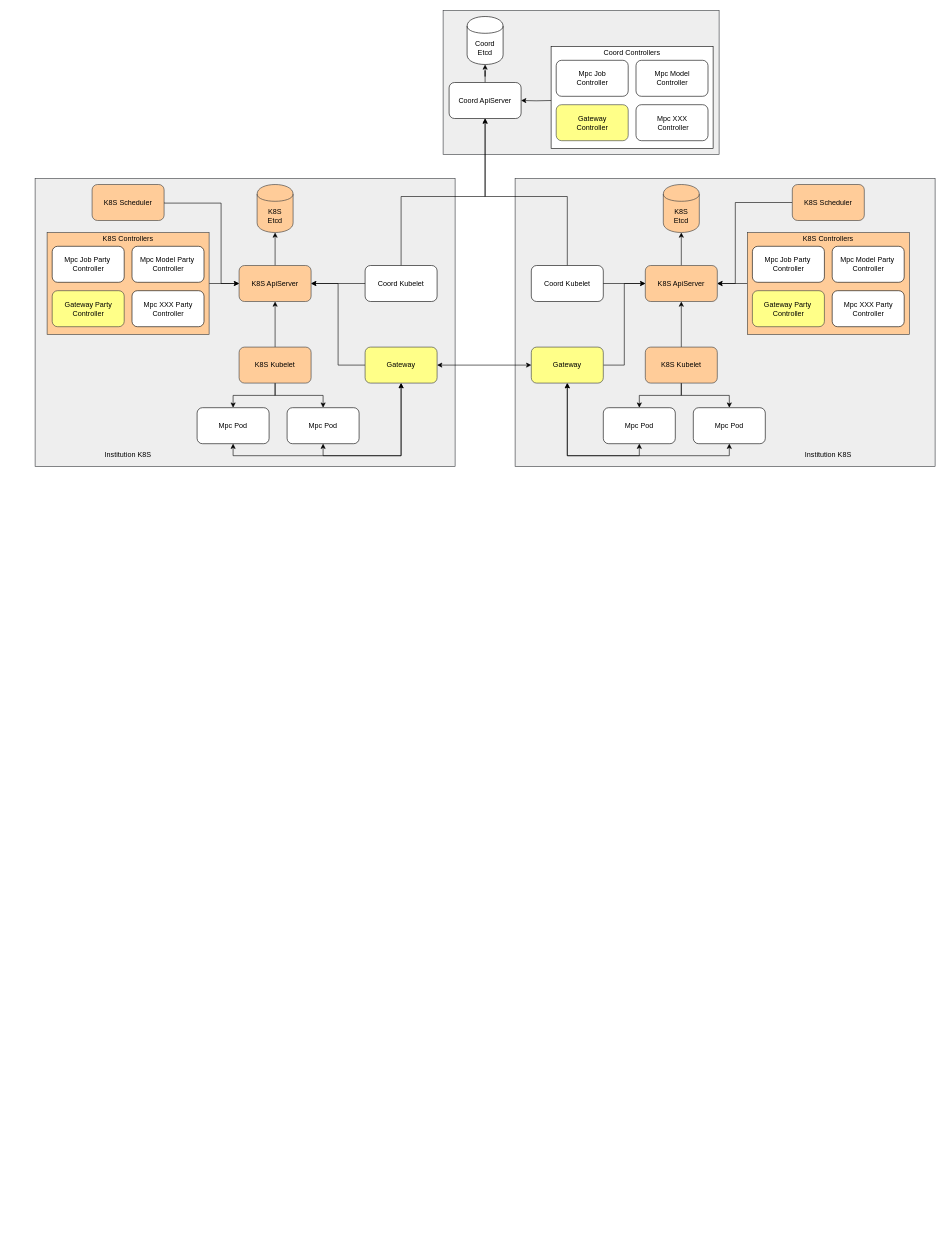
The draw.io diagram page "第 4 页" (5 of 6) of 未命名绘图.drawio in chlq1128/Mycode, before the edit. Source tidied: cells renumbered, new cells numbered last; positions are measured from the earlier drawing's top-left corner, leaving out a move shared by most shapes. Both pictures are drawn from the tidied source at 60%, with x=0, y=0 at pixel (35, 10).
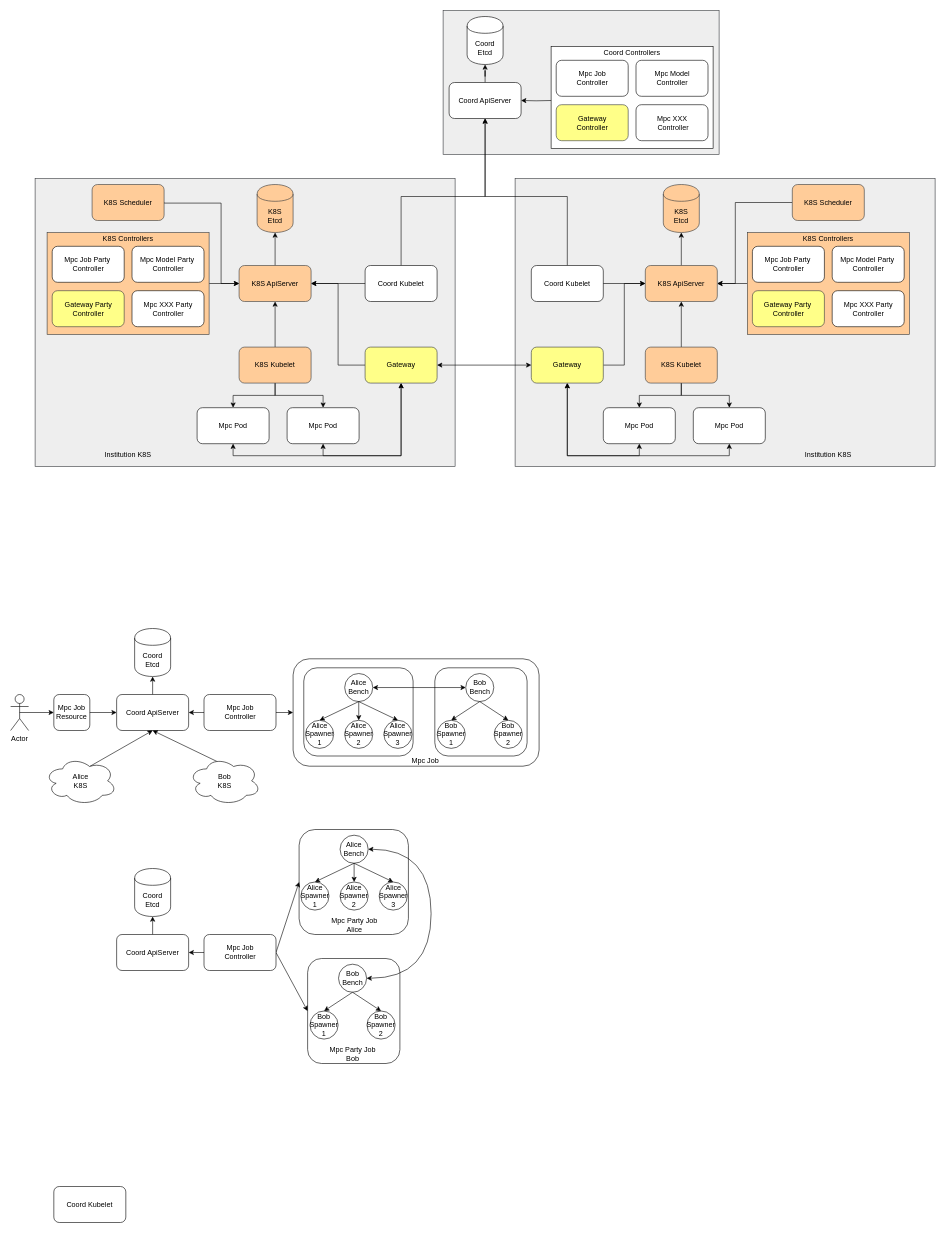
Above is the later version.

The edit, as a diff of the source:
```diff
@@
+    <mxCell id="68" style="rounded=1;whiteSpace=wrap;html=1;fillColor=none;" parent="1" vertex="1">
+      <mxGeometry x="454.2" y="1580" width="153.8" height="175" as="geometry" />
+    </mxCell>
+    <mxCell id="69" style="rounded=1;whiteSpace=wrap;html=1;fillColor=none;" parent="1" vertex="1">
+      <mxGeometry x="440" y="1365" width="182.2" height="175" as="geometry" />
+    </mxCell>
@@
+    <mxCell id="70" style="edgeStyle=none;rounded=0;jettySize=auto;html=1;exitX=0.5;exitY=0.5;exitDx=0;exitDy=0;exitPerimeter=0;entryX=0;entryY=0.5;entryDx=0;entryDy=0;startArrow=none;startFill=0;strokeColor=#000000;" parent="1" edge="1" source="71" target="76">
+      <mxGeometry relative="1" as="geometry" />
+    </mxCell>
+    <mxCell id="71" value="Actor" style="shape=umlActor;verticalLabelPosition=bottom;labelBackgroundColor=#ffffff;verticalAlign=top;html=1;outlineConnect=0;fillColor=none;" parent="1" vertex="1">
+      <mxGeometry x="-40.8" y="1140" width="30" height="60" as="geometry" />
+    </mxCell>
+    <mxCell id="72" style="edgeStyle=none;rounded=0;jettySize=auto;html=1;exitX=0.5;exitY=0;exitDx=0;exitDy=0;entryX=0.5;entryY=1;entryDx=0;entryDy=0;startArrow=none;startFill=0;strokeColor=#000000;" parent="1" edge="1" source="73" target="74">
+      <mxGeometry relative="1" as="geometry" />
+    </mxCell>
+    <mxCell id="73" value="Coord ApiServer" style="rounded=1;whiteSpace=wrap;html=1;" parent="1" vertex="1">
+      <mxGeometry x="135.9" y="1140" width="120" height="60" as="geometry" />
+    </mxCell>
+    <mxCell id="74" value="Coord&lt;br&gt;Etcd" style="shape=cylinder;whiteSpace=wrap;html=1;boundedLbl=1;backgroundOutline=1;" parent="1" vertex="1">
+      <mxGeometry x="165.9" y="1030" width="60" height="80" as="geometry" />
+    </mxCell>
+    <mxCell id="75" style="edgeStyle=none;rounded=0;jettySize=auto;html=1;exitX=1;exitY=0.5;exitDx=0;exitDy=0;startArrow=none;startFill=0;strokeColor=#000000;" parent="1" edge="1" source="76" target="73">
+      <mxGeometry relative="1" as="geometry" />
+    </mxCell>
+    <mxCell id="76" value="Mpc Job&lt;br&gt;Resource" style="rounded=1;whiteSpace=wrap;html=1;fillColor=none;" parent="1" vertex="1">
+      <mxGeometry x="31.2" y="1140" width="60" height="60" as="geometry" />
+    </mxCell>
+    <mxCell id="77" style="edgeStyle=none;rounded=0;jettySize=auto;html=1;startArrow=none;startFill=0;" parent="1" edge="1" source="79" target="73">
+      <mxGeometry relative="1" as="geometry" />
+    </mxCell>
+    <mxCell id="78" style="edgeStyle=none;rounded=0;jettySize=auto;html=1;exitX=1;exitY=0.5;exitDx=0;exitDy=0;entryX=0;entryY=0.5;entryDx=0;entryDy=0;startArrow=none;startFill=0;" parent="1" edge="1" source="79" target="100">
+      <mxGeometry relative="1" as="geometry" />
+    </mxCell>
+    <mxCell id="79" value="Mpc Job &lt;br&gt;Controller" style="rounded=1;whiteSpace=wrap;html=1;" parent="1" vertex="1">
+      <mxGeometry x="281.5" y="1140" width="120" height="60" as="geometry" />
+    </mxCell>
+    <mxCell id="80" style="edgeStyle=none;rounded=0;jettySize=auto;html=1;exitX=0.625;exitY=0.2;exitDx=0;exitDy=0;exitPerimeter=0;entryX=0.5;entryY=1;entryDx=0;entryDy=0;startArrow=none;startFill=0;" parent="1" edge="1" source="81" target="73">
+      <mxGeometry relative="1" as="geometry" />
+    </mxCell>
+    <mxCell id="81" value="Alice&lt;br&gt;K8S" style="ellipse;shape=cloud;whiteSpace=wrap;html=1;" parent="1" vertex="1">
+      <mxGeometry x="15.9" y="1244" width="120" height="80" as="geometry" />
+    </mxCell>
+    <mxCell id="82" style="edgeStyle=none;rounded=0;jettySize=auto;html=1;exitX=0.4;exitY=0.1;exitDx=0;exitDy=0;exitPerimeter=0;entryX=0.5;entryY=1;entryDx=0;entryDy=0;startArrow=none;startFill=0;" parent="1" edge="1" source="83" target="73">
+      <mxGeometry relative="1" as="geometry" />
+    </mxCell>
+    <mxCell id="83" value="Bob&lt;br&gt;K8S" style="ellipse;shape=cloud;whiteSpace=wrap;html=1;" parent="1" vertex="1">
+      <mxGeometry x="255.9" y="1244" width="120" height="80" as="geometry" />
+    </mxCell>
+    <mxCell id="84" style="group;" parent="1" vertex="1">
+      <mxGeometry x="430" y="1080.5" width="410" height="179" as="geometry" />
+    </mxCell>
+    <mxCell id="85" value="Alice&lt;br&gt;Bench" style="ellipse;whiteSpace=wrap;html=1;fillColor=none;" parent="84" vertex="1">
+      <mxGeometry x="86" y="24.5" width="46.8" height="46.8" as="geometry" />
+    </mxCell>
+    <mxCell id="86" value="Alice&lt;br&gt;Spawner 1" style="ellipse;whiteSpace=wrap;html=1;fillColor=none;" parent="84" vertex="1">
+      <mxGeometry x="20.8" y="102.5" width="46.8" height="46.8" as="geometry" />
+    </mxCell>
+    <mxCell id="87" style="edgeStyle=none;rounded=0;jettySize=auto;html=1;exitX=0.5;exitY=1;exitDx=0;exitDy=0;entryX=0.5;entryY=0;entryDx=0;entryDy=0;startArrow=none;startFill=0;" parent="84" edge="1" source="85" target="86">
+      <mxGeometry relative="1" as="geometry" />
+    </mxCell>
+    <mxCell id="88" value="&lt;span style=&quot;white-space: normal&quot;&gt;Alice&lt;/span&gt;&lt;br style=&quot;white-space: normal&quot;&gt;&lt;span style=&quot;white-space: normal&quot;&gt;Spawner 2&lt;/span&gt;" style="ellipse;whiteSpace=wrap;html=1;fillColor=none;" parent="84" vertex="1">
+      <mxGeometry x="86" y="102.5" width="46.8" height="46.8" as="geometry" />
+    </mxCell>
+    <mxCell id="89" style="edgeStyle=none;rounded=0;jettySize=auto;html=1;exitX=0.5;exitY=1;exitDx=0;exitDy=0;startArrow=none;startFill=0;" parent="84" edge="1" source="85" target="88">
+      <mxGeometry relative="1" as="geometry" />
+    </mxCell>
+    <mxCell id="90" value="&lt;span style=&quot;white-space: normal&quot;&gt;Bob&lt;br&gt;Bench&lt;/span&gt;" style="ellipse;whiteSpace=wrap;html=1;fillColor=none;" parent="84" vertex="1">
+      <mxGeometry x="287.7" y="24.5" width="46.8" height="46.8" as="geometry" />
+    </mxCell>
+    <mxCell id="91" style="edgeStyle=none;rounded=0;jettySize=auto;html=1;exitX=1;exitY=0.5;exitDx=0;exitDy=0;entryX=0;entryY=0.5;entryDx=0;entryDy=0;startArrow=classic;startFill=1;" parent="84" edge="1" source="85" target="90">
+      <mxGeometry relative="1" as="geometry" />
+    </mxCell>
+    <mxCell id="92" value="&lt;span style=&quot;white-space: normal&quot;&gt;Bob&lt;/span&gt;&lt;br style=&quot;white-space: normal&quot;&gt;&lt;span style=&quot;white-space: normal&quot;&gt;Spawner 1&lt;/span&gt;" style="ellipse;whiteSpace=wrap;html=1;fillColor=none;" parent="84" vertex="1">
+      <mxGeometry x="240.2" y="102.5" width="46.8" height="46.8" as="geometry" />
+    </mxCell>
+    <mxCell id="93" style="edgeStyle=none;rounded=0;jettySize=auto;html=1;exitX=0.5;exitY=1;exitDx=0;exitDy=0;entryX=0.5;entryY=0;entryDx=0;entryDy=0;startArrow=none;startFill=0;" parent="84" edge="1" source="90" target="92">
+      <mxGeometry relative="1" as="geometry" />
+    </mxCell>
+    <mxCell id="94" value="&lt;span style=&quot;white-space: normal&quot;&gt;Bob&lt;/span&gt;&lt;br style=&quot;white-space: normal&quot;&gt;&lt;span style=&quot;white-space: normal&quot;&gt;Spawner 2&lt;/span&gt;" style="ellipse;whiteSpace=wrap;html=1;fillColor=none;" parent="84" vertex="1">
+      <mxGeometry x="335.2" y="102.5" width="46.8" height="46.8" as="geometry" />
+    </mxCell>
+    <mxCell id="95" style="edgeStyle=none;rounded=0;jettySize=auto;html=1;exitX=0.5;exitY=1;exitDx=0;exitDy=0;entryX=0.5;entryY=0;entryDx=0;entryDy=0;startArrow=none;startFill=0;" parent="84" edge="1" source="90" target="94">
+      <mxGeometry relative="1" as="geometry" />
+    </mxCell>
+    <mxCell id="96" value="&lt;span style=&quot;white-space: normal&quot;&gt;Alice&lt;/span&gt;&lt;br style=&quot;white-space: normal&quot;&gt;&lt;span style=&quot;white-space: normal&quot;&gt;Spawner 3&lt;/span&gt;" style="ellipse;whiteSpace=wrap;html=1;fillColor=none;" parent="84" vertex="1">
+      <mxGeometry x="151.3" y="102.5" width="46.8" height="46.8" as="geometry" />
+    </mxCell>
+    <mxCell id="97" style="edgeStyle=none;rounded=0;jettySize=auto;html=1;exitX=0.5;exitY=1;exitDx=0;exitDy=0;entryX=0.5;entryY=0;entryDx=0;entryDy=0;startArrow=none;startFill=0;" parent="84" edge="1" source="85" target="96">
+      <mxGeometry relative="1" as="geometry" />
+    </mxCell>
+    <mxCell id="98" style="rounded=1;whiteSpace=wrap;html=1;fillColor=none;" parent="84" vertex="1">
+      <mxGeometry x="17.8" y="15" width="182.2" height="147" as="geometry" />
+    </mxCell>
+    <mxCell id="99" style="rounded=1;whiteSpace=wrap;html=1;fillColor=none;" parent="84" vertex="1">
+      <mxGeometry x="236.2" y="15" width="153.8" height="147" as="geometry" />
+    </mxCell>
+    <mxCell id="100" style="rounded=1;whiteSpace=wrap;html=1;fillColor=none;" parent="84" vertex="1">
+      <mxGeometry width="410" height="179" as="geometry" />
+    </mxCell>
+    <mxCell id="101" value="Mpc Job" style="text;html=1;align=center;" parent="84" vertex="1">
+      <mxGeometry x="180" y="155" width="80" height="20" as="geometry" />
+    </mxCell>
+    <mxCell id="102" style="edgeStyle=none;rounded=0;jettySize=auto;html=1;exitX=0.5;exitY=0;exitDx=0;exitDy=0;entryX=0.5;entryY=1;entryDx=0;entryDy=0;startArrow=none;startFill=0;" parent="1" edge="1" source="103" target="108">
+      <mxGeometry relative="1" as="geometry" />
+    </mxCell>
+    <mxCell id="103" value="Coord ApiServer" style="rounded=1;whiteSpace=wrap;html=1;" parent="1" vertex="1">
+      <mxGeometry x="135.9" y="1540" width="120" height="60" as="geometry" />
+    </mxCell>
+    <mxCell id="104" style="edgeStyle=none;rounded=0;jettySize=auto;html=1;exitX=0;exitY=0.5;exitDx=0;exitDy=0;entryX=1;entryY=0.5;entryDx=0;entryDy=0;startArrow=none;startFill=0;" parent="1" edge="1" source="107" target="103">
+      <mxGeometry relative="1" as="geometry" />
+    </mxCell>
+    <mxCell id="105" style="edgeStyle=none;rounded=0;jettySize=auto;html=1;exitX=1;exitY=0.5;exitDx=0;exitDy=0;entryX=0;entryY=0.5;entryDx=0;entryDy=0;startArrow=none;startFill=0;" parent="1" edge="1" source="107" target="69">
+      <mxGeometry relative="1" as="geometry" />
+    </mxCell>
+    <mxCell id="106" style="edgeStyle=none;rounded=0;jettySize=auto;html=1;exitX=1;exitY=0.5;exitDx=0;exitDy=0;entryX=0;entryY=0.5;entryDx=0;entryDy=0;startArrow=none;startFill=0;" parent="1" edge="1" source="107" target="68">
+      <mxGeometry relative="1" as="geometry" />
+    </mxCell>
+    <mxCell id="107" value="Mpc Job &lt;br&gt;Controller" style="rounded=1;whiteSpace=wrap;html=1;" parent="1" vertex="1">
+      <mxGeometry x="281.5" y="1540" width="120" height="60" as="geometry" />
+    </mxCell>
+    <mxCell id="108" value="Coord&lt;br&gt;Etcd" style="shape=cylinder;whiteSpace=wrap;html=1;boundedLbl=1;backgroundOutline=1;" parent="1" vertex="1">
+      <mxGeometry x="165.9" y="1430" width="60" height="80" as="geometry" />
+    </mxCell>
+    <mxCell id="109" value="Alice&lt;br&gt;Bench" style="ellipse;whiteSpace=wrap;html=1;fillColor=none;" parent="1" vertex="1">
+      <mxGeometry x="508.3" y="1374.5" width="46.8" height="46.8" as="geometry" />
+    </mxCell>
+    <mxCell id="110" value="Alice&lt;br&gt;Spawner 1" style="ellipse;whiteSpace=wrap;html=1;fillColor=none;" parent="1" vertex="1">
+      <mxGeometry x="443" y="1452.5" width="46.8" height="46.8" as="geometry" />
+    </mxCell>
+    <mxCell id="111" style="edgeStyle=none;rounded=0;jettySize=auto;html=1;exitX=0.5;exitY=1;exitDx=0;exitDy=0;entryX=0.5;entryY=0;entryDx=0;entryDy=0;startArrow=none;startFill=0;" parent="1" edge="1" source="109" target="110">
+      <mxGeometry relative="1" as="geometry" />
+    </mxCell>
+    <mxCell id="112" value="&lt;span style=&quot;white-space: normal&quot;&gt;Alice&lt;/span&gt;&lt;br style=&quot;white-space: normal&quot;&gt;&lt;span style=&quot;white-space: normal&quot;&gt;Spawner 2&lt;/span&gt;" style="ellipse;whiteSpace=wrap;html=1;fillColor=none;" parent="1" vertex="1">
+      <mxGeometry x="508.3" y="1452.5" width="46.8" height="46.8" as="geometry" />
+    </mxCell>
+    <mxCell id="113" style="edgeStyle=none;rounded=0;jettySize=auto;html=1;exitX=0.5;exitY=1;exitDx=0;exitDy=0;startArrow=none;startFill=0;" parent="1" edge="1" source="109" target="112">
+      <mxGeometry relative="1" as="geometry" />
+    </mxCell>
+    <mxCell id="114" style="edgeStyle=orthogonalEdgeStyle;rounded=0;jettySize=auto;html=1;exitX=1;exitY=0.5;exitDx=0;exitDy=0;entryX=1;entryY=0.5;entryDx=0;entryDy=0;startArrow=classic;startFill=1;curved=1;" parent="1" edge="1" source="115" target="109">
+      <mxGeometry relative="1" as="geometry">
+        <Array as="points">
+          <mxPoint x="660" y="1613" />
+          <mxPoint x="660" y="1398" />
+        </Array>
+      </mxGeometry>
+    </mxCell>
+    <mxCell id="115" value="&lt;span style=&quot;white-space: normal&quot;&gt;Bob&lt;br&gt;Bench&lt;/span&gt;" style="ellipse;whiteSpace=wrap;html=1;fillColor=none;" parent="1" vertex="1">
+      <mxGeometry x="505.7" y="1589.5" width="46.8" height="46.8" as="geometry" />
+    </mxCell>
+    <mxCell id="116" value="&lt;span style=&quot;white-space: normal&quot;&gt;Bob&lt;/span&gt;&lt;br style=&quot;white-space: normal&quot;&gt;&lt;span style=&quot;white-space: normal&quot;&gt;Spawner 1&lt;/span&gt;" style="ellipse;whiteSpace=wrap;html=1;fillColor=none;" parent="1" vertex="1">
+      <mxGeometry x="458.2" y="1667.5" width="46.8" height="46.8" as="geometry" />
+    </mxCell>
+    <mxCell id="117" style="edgeStyle=none;rounded=0;jettySize=auto;html=1;exitX=0.5;exitY=1;exitDx=0;exitDy=0;entryX=0.5;entryY=0;entryDx=0;entryDy=0;startArrow=none;startFill=0;" parent="1" edge="1" source="115" target="116">
+      <mxGeometry relative="1" as="geometry" />
+    </mxCell>
+    <mxCell id="118" value="&lt;span style=&quot;white-space: normal&quot;&gt;Bob&lt;/span&gt;&lt;br style=&quot;white-space: normal&quot;&gt;&lt;span style=&quot;white-space: normal&quot;&gt;Spawner 2&lt;/span&gt;" style="ellipse;whiteSpace=wrap;html=1;fillColor=none;" parent="1" vertex="1">
+      <mxGeometry x="553.2" y="1667.5" width="46.8" height="46.8" as="geometry" />
+    </mxCell>
+    <mxCell id="119" style="edgeStyle=none;rounded=0;jettySize=auto;html=1;exitX=0.5;exitY=1;exitDx=0;exitDy=0;entryX=0.5;entryY=0;entryDx=0;entryDy=0;startArrow=none;startFill=0;" parent="1" edge="1" source="115" target="118">
+      <mxGeometry relative="1" as="geometry" />
+    </mxCell>
+    <mxCell id="120" value="&lt;span style=&quot;white-space: normal&quot;&gt;Alice&lt;/span&gt;&lt;br style=&quot;white-space: normal&quot;&gt;&lt;span style=&quot;white-space: normal&quot;&gt;Spawner 3&lt;/span&gt;" style="ellipse;whiteSpace=wrap;html=1;fillColor=none;" parent="1" vertex="1">
+      <mxGeometry x="573.5" y="1452.5" width="46.8" height="46.8" as="geometry" />
+    </mxCell>
+    <mxCell id="121" style="edgeStyle=none;rounded=0;jettySize=auto;html=1;exitX=0.5;exitY=1;exitDx=0;exitDy=0;entryX=0.5;entryY=0;entryDx=0;entryDy=0;startArrow=none;startFill=0;" parent="1" edge="1" source="109" target="120">
+      <mxGeometry relative="1" as="geometry" />
+    </mxCell>
+    <mxCell id="122" value="Mpc Party Job&lt;br&gt;Alice" style="text;html=1;align=center;verticalAlign=middle;" parent="1" vertex="1">
+      <mxGeometry x="486.7" y="1509" width="90" height="30" as="geometry" />
+    </mxCell>
+    <mxCell id="123" value="Mpc Party Job&lt;br&gt;Bob" style="text;html=1;align=center;verticalAlign=middle;" parent="1" vertex="1">
+      <mxGeometry x="484.1" y="1724" width="90" height="30" as="geometry" />
+    </mxCell>
+    <mxCell id="124" value="Coord Kubelet" style="rounded=1;whiteSpace=wrap;html=1;" parent="1" vertex="1">
+      <mxGeometry x="31.2" y="1960" width="120" height="60" as="geometry" />
+    </mxCell>
```
